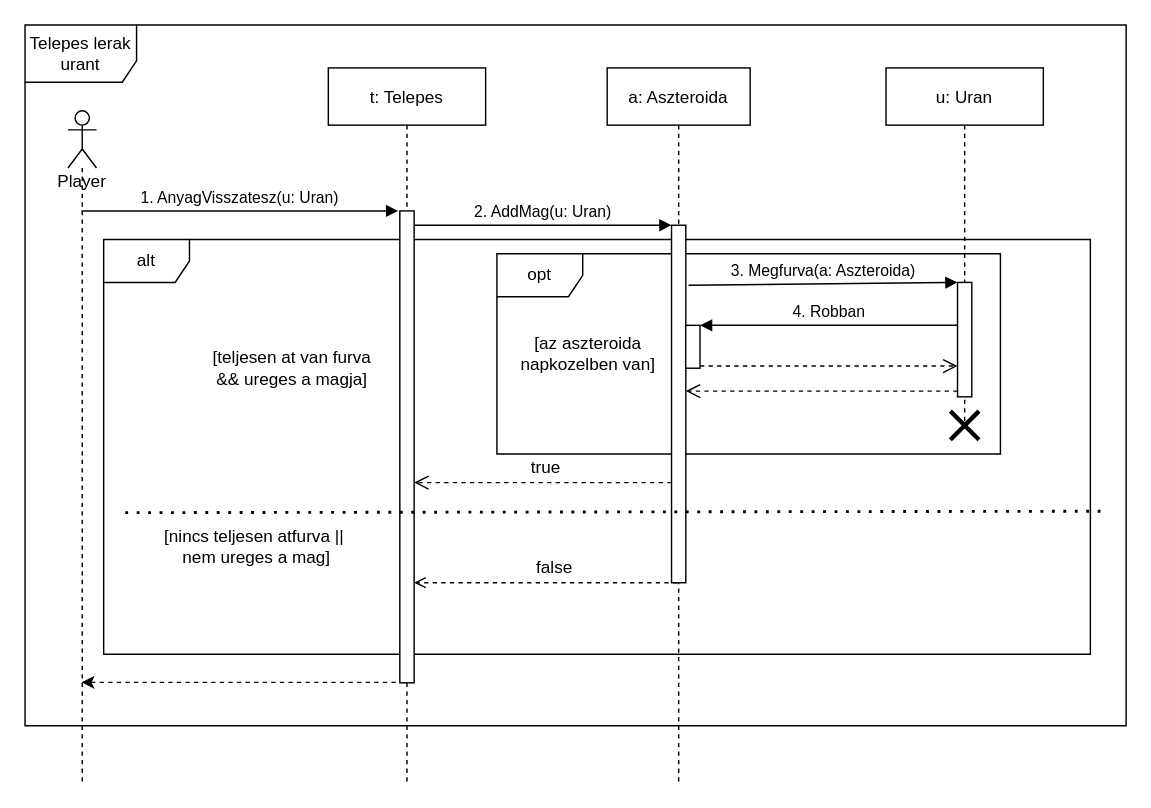
Before: page "uran lerak" (1 of 4) of doc/szekvencia/szek_UranLerak.drawio in torpeBoiGo/aszteroidabanyaszat, a draw.io diagram. Source tidied: cells renumbered, new cells numbered last; positions are measured from the earlier drawing's top-left corner, leaving out a move shared by most shapes. Both pictures are drawn from the tidied source at 143%, with x=0, y=0 at pixel (24, 24).
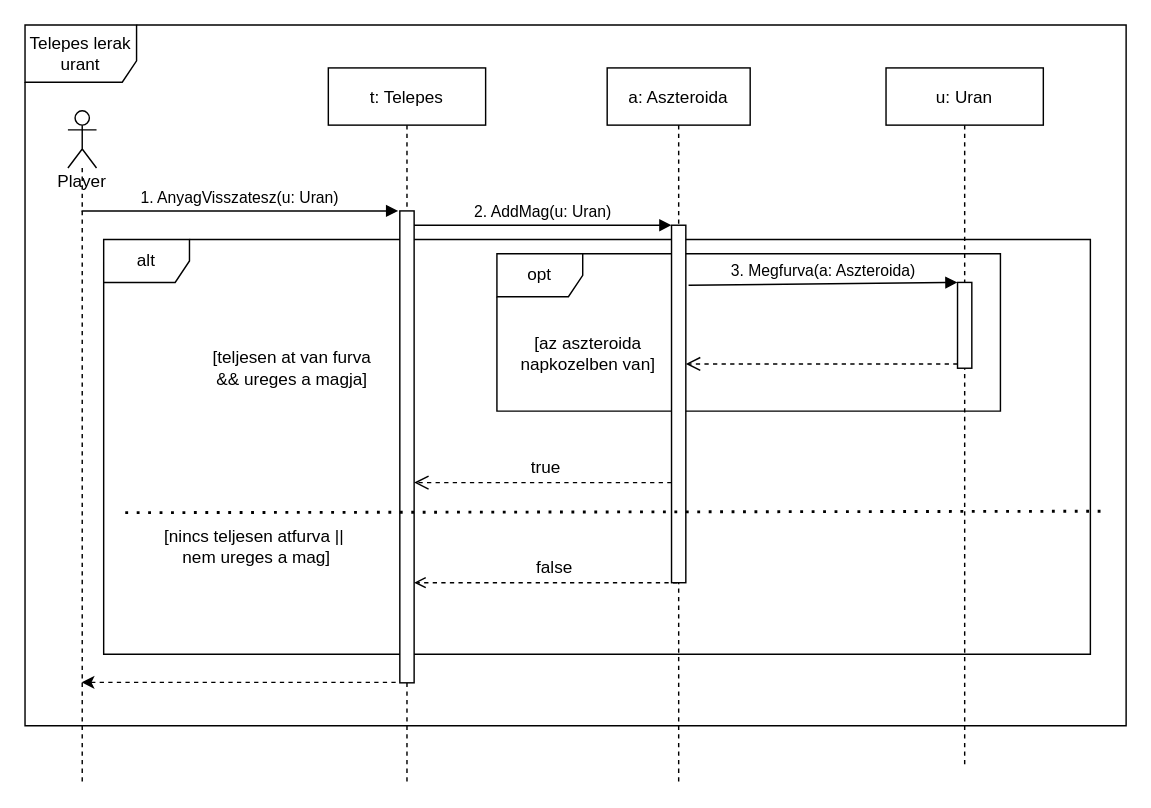
After the change.

Commit message:
Update szek_UranLerak.drawio: aszteroida, telepes, robot robban

Unchanged cells that the change refers to:
```xml
<mxCell id="8" value="a: Aszteroida" style="shape=umlLifeline;perimeter=lifelinePerimeter;rounded=0;shadow=0;strokeWidth=1;" parent="1" vertex="1">
  <mxGeometry x="407.1" y="30" width="100" height="500" as="geometry" />
</mxCell>
```

The edit, as a diff of the source:
```diff
@@
     <mxCell id="4" value="opt" style="shape=umlFrame;whiteSpace=wrap;html=1;" parent="1" vertex="1">
-      <mxGeometry x="330" y="160" width="352.1" height="140" as="geometry" />
+      <mxGeometry x="330" y="160" width="352.1" height="110" as="geometry" />
     </mxCell>
     <mxCell id="5" value="u: Uran" style="shape=umlLifeline;perimeter=lifelinePerimeter;rounded=0;shadow=0;strokeWidth=1;" parent="1" vertex="1">
-      <mxGeometry x="602.1" y="30" width="110" height="250" as="geometry" />
+      <mxGeometry x="602.1" y="30" width="110" height="490" as="geometry" />
     </mxCell>
@@
-    <mxCell id="10" style="html=1;points=[];perimeter=orthogonalPerimeter;" parent="8" vertex="1">
-      <mxGeometry x="54.9" y="180" width="10" height="30" as="geometry" />
-    </mxCell>
@@
     <mxCell id="16" style="html=1;points=[];perimeter=orthogonalPerimeter;" parent="1" vertex="1">
-      <mxGeometry x="652.1" y="180" width="10" height="80" as="geometry" />
+      <mxGeometry x="652.1" y="180" width="10" height="60" as="geometry" />
     </mxCell>
@@
-    <mxCell id="26" value="4. Robban" style="html=1;verticalAlign=bottom;endArrow=block;entryX=1;entryY=0;" parent="1" edge="1" source="16" target="10">
-      <mxGeometry relative="1" as="geometry" />
-    </mxCell>
-    <mxCell id="27" style="html=1;verticalAlign=bottom;endArrow=open;dashed=1;endSize=8;exitX=1;exitY=0.95;" parent="1" edge="1" source="10" target="16">
-      <mxGeometry relative="1" as="geometry" />
-    </mxCell>
-    <mxCell id="28" style="shape=umlDestroy;whiteSpace=wrap;html=1;strokeWidth=3;" parent="1" vertex="1">
-      <mxGeometry x="647.1" y="270" width="20" height="20" as="geometry" />
-    </mxCell>
```
